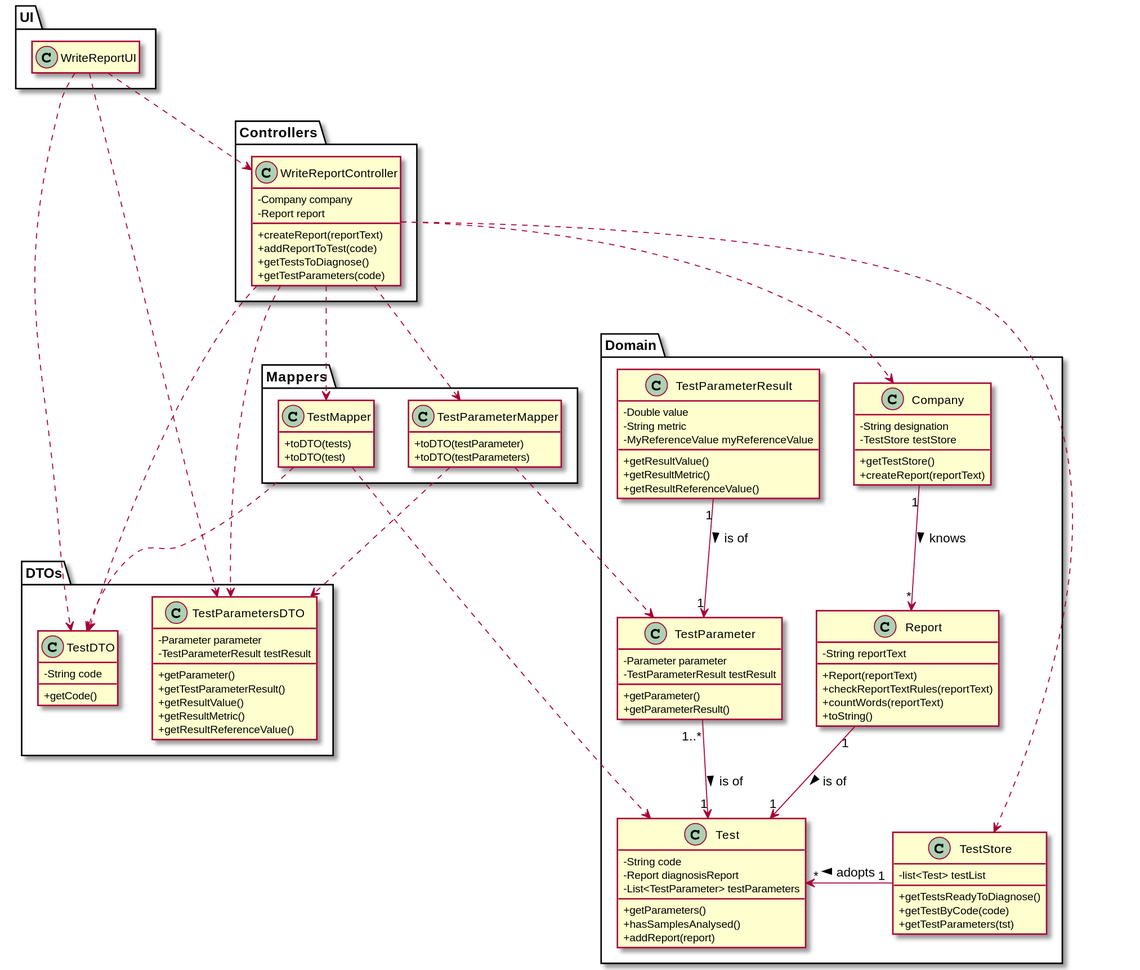
Above: docs/SprintC/US_14/US014_CD.svg in ana-albergaria/LAPR2-ISEP (PlantUML), before the change.
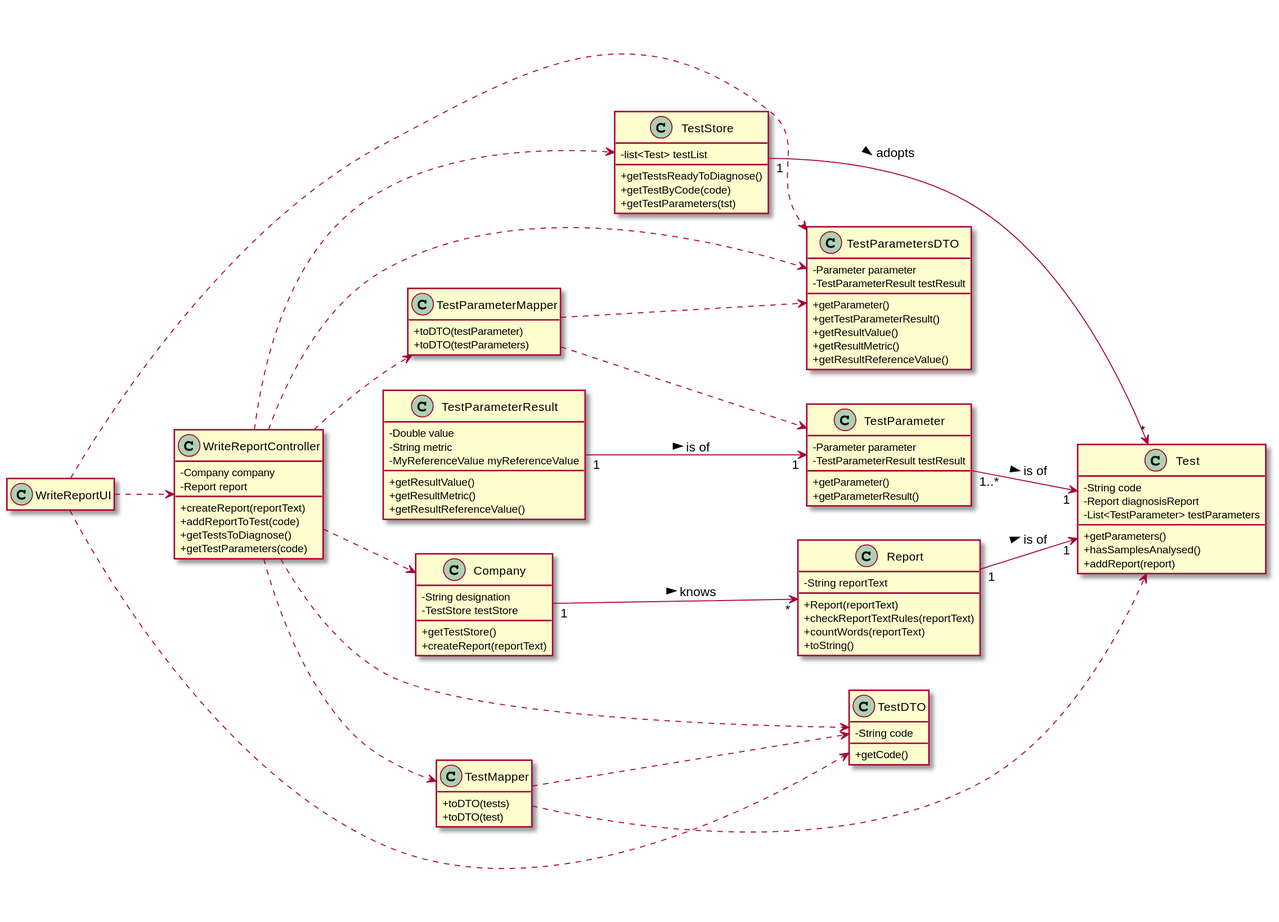
The same file after the commit.

Change to the diagram source:
```diff
@@ -1,9 +1,8 @@
 @startuml
 hide empty methods
 hide empty attributes
+left to right direction
 skinparam classAttributeIconSize 0
-
-package Domain {
 
 class Company {
     -String designation
@@ -52,10 +51,6 @@
     +getTestParameters(tst)
 }
 
-}
-
-package Mappers {
-
 class TestMapper {
     +toDTO(tests)
     +toDTO(test)
@@ -65,10 +60,6 @@
     +toDTO(testParameter)
     +toDTO(testParameters)
 }
-
-}
-
-package DTOs {
 
 class TestDTO {
     -String code
@@ -85,10 +76,6 @@
     +getResultReferenceValue()
 }
 
-}
-
-package Controllers {
-
 class WriteReportController {
     -Company company
     -Report report
@@ -98,13 +85,7 @@
     +getTestParameters(code)
 }
 
-}
-
-package UI {
-
 class WriteReportUI {
-}
-
 }
 
 WriteReportUI ..> WriteReportController
```
